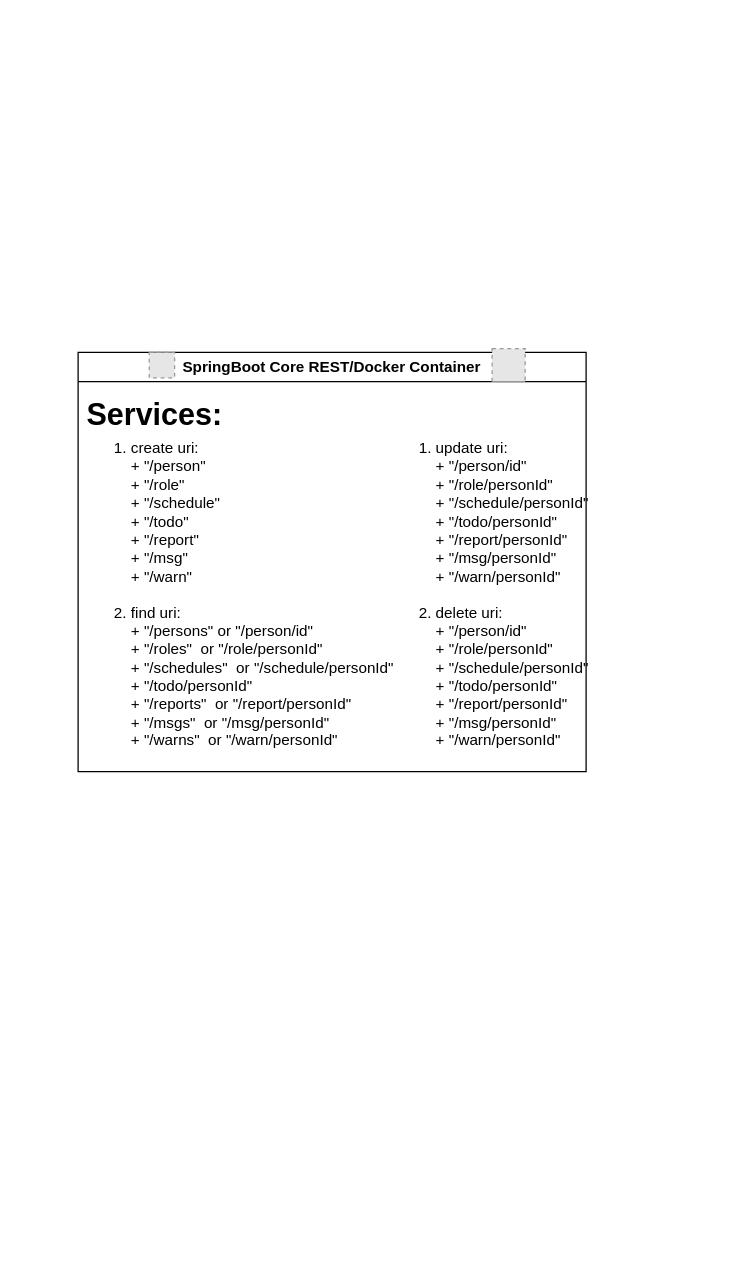
alsabino/WorkSchedule keeps this draw.io diagram as BasicCoreDiagram.drawio. Above is the earlier version. Source tidied: cells renumbered, new cells numbered last; positions are measured from the earlier drawing's top-left corner, leaving out a move shared by most shapes. Both pictures are drawn from the tidied source at 127%, with x=0, y=0 at pixel (77, 348). Pictures stored in the file or linked from it are replaced by grey dashed boxes.
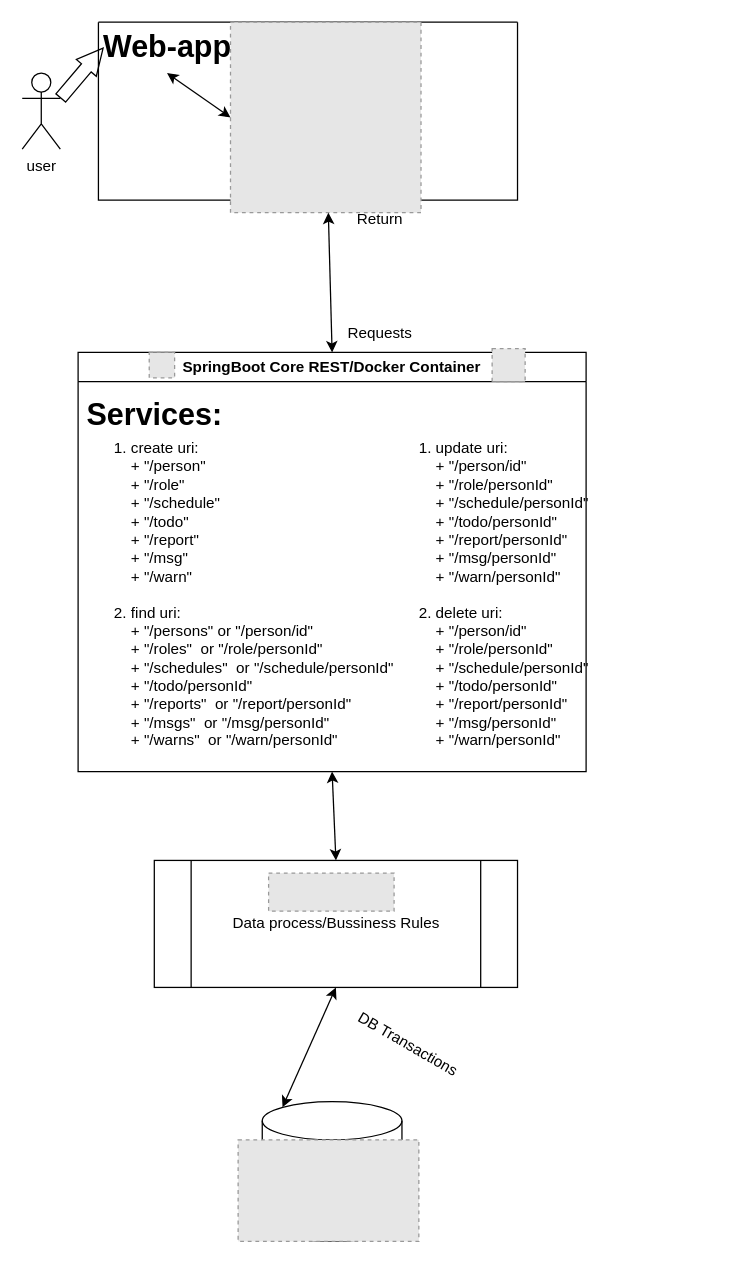
The same page after the edit.

Commit message:
Basic Diagram done - BasicCoreDiagram.drawio

The change refers to these unchanged cells:
```xml
<mxCell id="2" value="SpringBoot Core REST/Docker Container" style="swimlane;whiteSpace=wrap;html=1;" parent="1" vertex="1">
  <mxGeometry y="3" width="400" height="330" as="geometry" />
</mxCell>
```

Change to the diagram source:
```diff
@@
+    <mxCell id="8" style="shape=cylinder3;whiteSpace=wrap;html=1;boundedLbl=1;backgroundOutline=1;size=15;" parent="1" vertex="1">
+      <mxGeometry x="145" y="593" width="110" height="110" as="geometry" />
+    </mxCell>
+    <mxCell id="9" value="DB Transactions" style="text;html=1;strokeColor=none;fillColor=none;align=center;verticalAlign=middle;whiteSpace=wrap;rounded=0;rotation=30;" parent="1" vertex="1">
+      <mxGeometry x="180" y="523" width="160" height="50" as="geometry" />
+    </mxCell>
+    <mxCell id="10" style="fillColor=#E6E6E6;strokeColor=#999999;dashed=1;verticalLabelPosition=bottom;labelBackgroundColor=default;verticalAlign=top;" parent="1" vertex="1">
+      <mxGeometry x="126" y="623" width="142.3" height="80" as="geometry" />
+    </mxCell>
+    <mxCell id="11" value="user" style="shape=umlActor;verticalLabelPosition=bottom;verticalAlign=top;html=1;outlineConnect=0;" parent="1" vertex="1">
+      <mxGeometry x="-44" y="-217" width="30" height="60" as="geometry" />
+    </mxCell>
+    <mxCell id="12" style="swimlane;startSize=0;" parent="1" vertex="1">
+      <mxGeometry x="16" y="-257" width="330" height="140" as="geometry" />
+    </mxCell>
+    <mxCell id="13" value="Web-app" style="text;strokeColor=none;fillColor=none;html=1;fontSize=24;fontStyle=1;verticalAlign=middle;align=center;" parent="12" vertex="1">
+      <mxGeometry x="4" width="100" height="40" as="geometry" />
+    </mxCell>
+    <mxCell id="14" style="fillColor=#E6E6E6;strokeColor=#999999;dashed=1;verticalLabelPosition=bottom;labelBackgroundColor=default;verticalAlign=top;" parent="12" vertex="1">
+      <mxGeometry x="104" width="150" height="150" as="geometry" />
+    </mxCell>
+    <mxCell id="15" style="endArrow=classic;startArrow=classic;html=1;rounded=0;entryX=0.5;entryY=1;entryDx=0;entryDy=0;exitX=0;exitY=0.5;exitDx=0;exitDy=0;" parent="12" edge="1" source="14" target="13">
+      <mxGeometry relative="1" as="geometry" />
+    </mxCell>
+    <mxCell id="16" style="endArrow=classic;startArrow=classic;html=1;rounded=0;exitX=0.5;exitY=0;exitDx=0;exitDy=0;" parent="1" edge="1" source="2" target="14">
+      <mxGeometry relative="1" as="geometry" />
+    </mxCell>
+    <mxCell id="17" value="Requests" style="text;html=1;strokeColor=none;fillColor=none;align=center;verticalAlign=middle;whiteSpace=wrap;rounded=0;" parent="1" vertex="1">
+      <mxGeometry x="208.3" y="-27" width="60" height="30" as="geometry" />
+    </mxCell>
+    <mxCell id="18" value="Return" style="text;html=1;strokeColor=none;fillColor=none;align=center;verticalAlign=middle;whiteSpace=wrap;rounded=0;" parent="1" vertex="1">
+      <mxGeometry x="208.3" y="-117" width="60" height="30" as="geometry" />
+    </mxCell>
+    <mxCell id="19" value="Data process/Bussiness Rules" style="shape=process;whiteSpace=wrap;html=1;backgroundOutline=1;" parent="1" vertex="1">
+      <mxGeometry x="60" y="403" width="286" height="100" as="geometry" />
+    </mxCell>
+    <mxCell id="20" style="endArrow=classic;startArrow=classic;html=1;rounded=0;exitX=0.5;exitY=0;exitDx=0;exitDy=0;entryX=0.5;entryY=1;entryDx=0;entryDy=0;" parent="1" edge="1" source="19" target="2">
+      <mxGeometry relative="1" as="geometry" />
+    </mxCell>
+    <mxCell id="21" style="endArrow=classic;startArrow=classic;html=1;rounded=0;exitX=0.145;exitY=0;exitDx=0;exitDy=4.35;exitPerimeter=0;entryX=0.5;entryY=1;entryDx=0;entryDy=0;" parent="1" edge="1" source="8" target="19">
+      <mxGeometry relative="1" as="geometry" />
+    </mxCell>
+    <mxCell id="22" style="fillColor=#E6E6E6;strokeColor=#999999;dashed=1;verticalLabelPosition=bottom;labelBackgroundColor=default;verticalAlign=top;" parent="1" vertex="1">
+      <mxGeometry x="150" y="413" width="98.8" height="30" as="geometry" />
+    </mxCell>
+    <mxCell id="23" style="shape=flexArrow;endArrow=classic;html=1;rounded=0;entryX=0;entryY=0.5;entryDx=0;entryDy=0;endWidth=9.6;endSize=6.464;exitX=1;exitY=0.3333333333333333;exitDx=0;exitDy=0;exitPerimeter=0;" parent="1" edge="1" source="11" target="13">
+      <mxGeometry relative="1" as="geometry" />
+    </mxCell>
```
